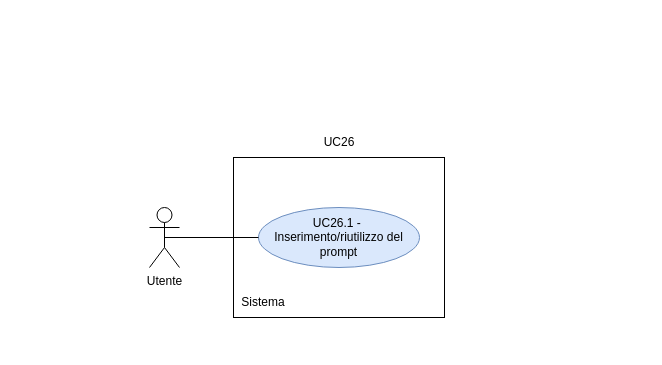
Earlier version of the draw.io diagram RTB/doc_esterna/analisi-dei-requisiti/assets/draw.io/UC26.1.drawio (thebitless-group-swe/thebitless.github.io). Source tidied: cells renumbered, new cells numbered last; positions are measured from the earlier drawing's top-left corner, leaving out a move shared by most shapes. Both pictures are drawn from the tidied source at 100%, with x=0, y=0 at pixel (149, 127).
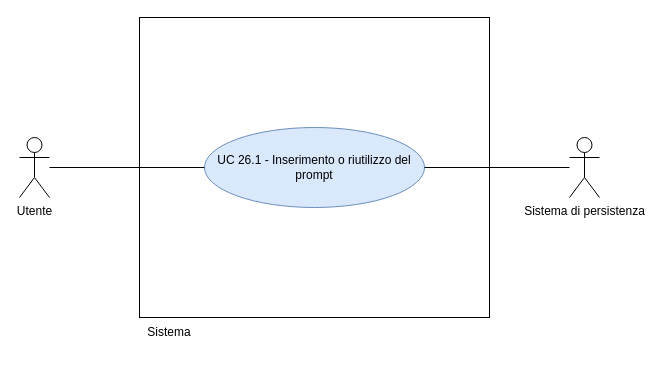
The same diagram, later.

Diff of the diagram source:
```diff
@@
 <mxGraphModel>
   <root>
     <mxCell id="0" />
     <mxCell id="1" parent="0" />
-    <mxCell id="2" style="rounded=0;whiteSpace=wrap;html=1;" parent="1" vertex="1">
-      <mxGeometry x="84" y="30" width="211" height="160" as="geometry" />
-    </mxCell>
     <mxCell id="3" value="Utente" style="shape=umlActor;verticalLabelPosition=bottom;verticalAlign=top;html=1;outlineConnect=0;" parent="1" vertex="1">
-      <mxGeometry y="80" width="30" height="60" as="geometry" />
+      <mxGeometry x="-130" y="10" width="30" height="60" as="geometry" />
     </mxCell>
-    <mxCell id="4" value="UC26.1 -&amp;nbsp;&lt;div&gt;Inserimento/riutilizzo del prompt&lt;/div&gt;" style="ellipse;whiteSpace=wrap;html=1;fillColor=#dae8fc;strokeColor=#6c8ebf;" parent="1" vertex="1">
-      <mxGeometry x="109" y="80" width="161" height="60" as="geometry" />
-    </mxCell>
-    <mxCell id="5" style="endArrow=none;html=1;rounded=0;exitX=0.5;exitY=0.5;exitDx=0;exitDy=0;exitPerimeter=0;entryX=0;entryY=0.5;entryDx=0;entryDy=0;" parent="1" edge="1" source="3" target="4">
-      <mxGeometry relative="1" as="geometry" />
-    </mxCell>
-    <mxCell id="6" value="UC26" style="text;html=1;whiteSpace=wrap;strokeColor=none;fillColor=none;align=center;verticalAlign=middle;rounded=0;" parent="1" vertex="1">
-      <mxGeometry x="159.5" width="60" height="30" as="geometry" />
-    </mxCell>
+    <mxCell id="8" value="Sistema di persistenza" style="shape=umlActor;verticalLabelPosition=bottom;verticalAlign=top;html=1;outlineConnect=0;" parent="1" vertex="1">
+      <mxGeometry x="420" y="10" width="30" height="60" as="geometry" />
+    </mxCell>
+    <mxCell id="9" style="whiteSpace=wrap;html=1;" parent="1" vertex="1">
+      <mxGeometry x="-10" y="-110" width="350" height="300" as="geometry" />
+    </mxCell>
     <mxCell id="7" value="Sistema" style="text;html=1;whiteSpace=wrap;strokeColor=none;fillColor=none;align=center;verticalAlign=middle;rounded=0;" parent="1" vertex="1">
-      <mxGeometry x="84" y="160" width="60" height="30" as="geometry" />
+      <mxGeometry x="-10" y="190" width="60" height="30" as="geometry" />
     </mxCell>
+    <mxCell id="10" value="UC 26.1 - Inserimento o riutilizzo del prompt" style="ellipse;whiteSpace=wrap;html=1;fillColor=#dae8fc;strokeColor=#6c8ebf;" parent="1" vertex="1">
+      <mxGeometry x="55" width="220" height="80" as="geometry" />
+    </mxCell>
+    <mxCell id="11" style="edgeStyle=none;rounded=0;jettySize=auto;html=1;endArrow=none;endFill=0;" parent="1" edge="1" source="3" target="10">
+      <mxGeometry relative="1" as="geometry" />
+    </mxCell>
+    <mxCell id="12" style="edgeStyle=none;rounded=0;jettySize=auto;html=1;endArrow=none;endFill=0;" parent="1" edge="1" source="8" target="10">
+      <mxGeometry relative="1" as="geometry" />
+    </mxCell>
   </root>
 </mxGraphModel>
```
